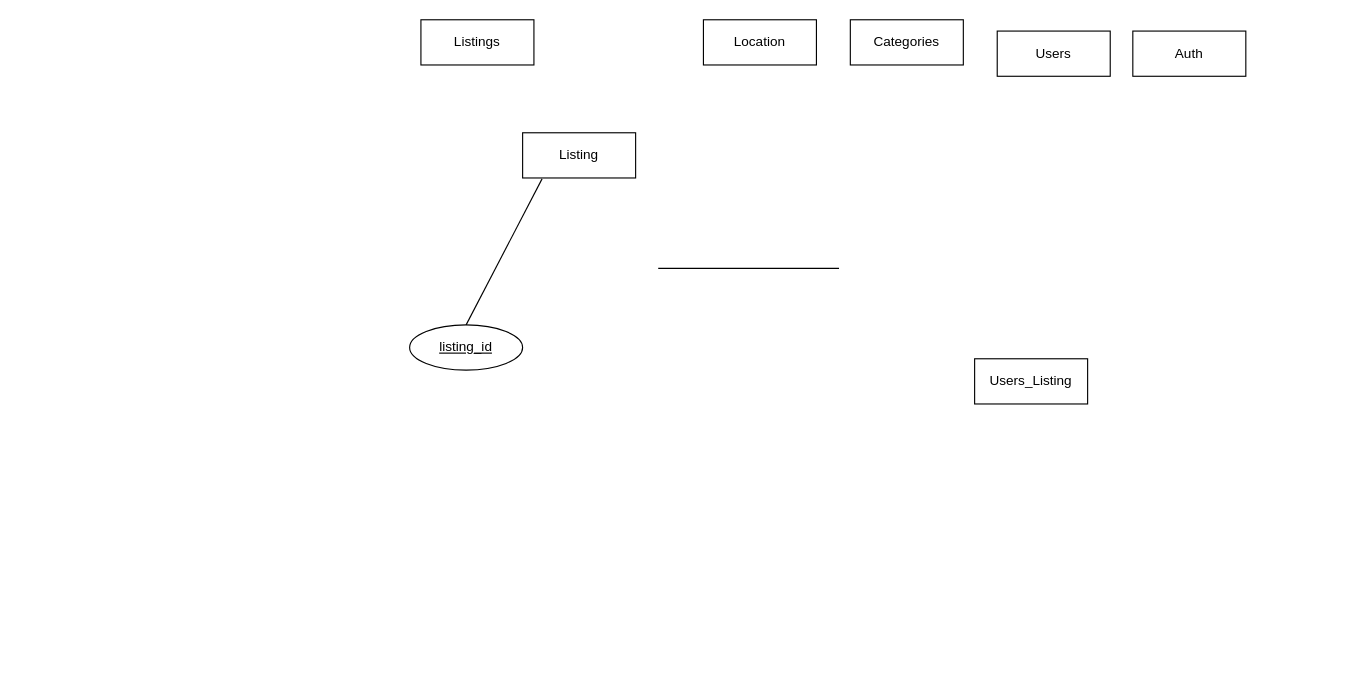
Earlier version of the draw.io diagram Untitled Diagram.drawio (mattfrancis888/bcnfdatabase). Source tidied: cells renumbered, new cells numbered last; positions are measured from the earlier drawing's top-left corner, leaving out a move shared by most shapes. Both pictures are drawn from the tidied source at 113%, with x=0, y=0 at pixel (409, 19).
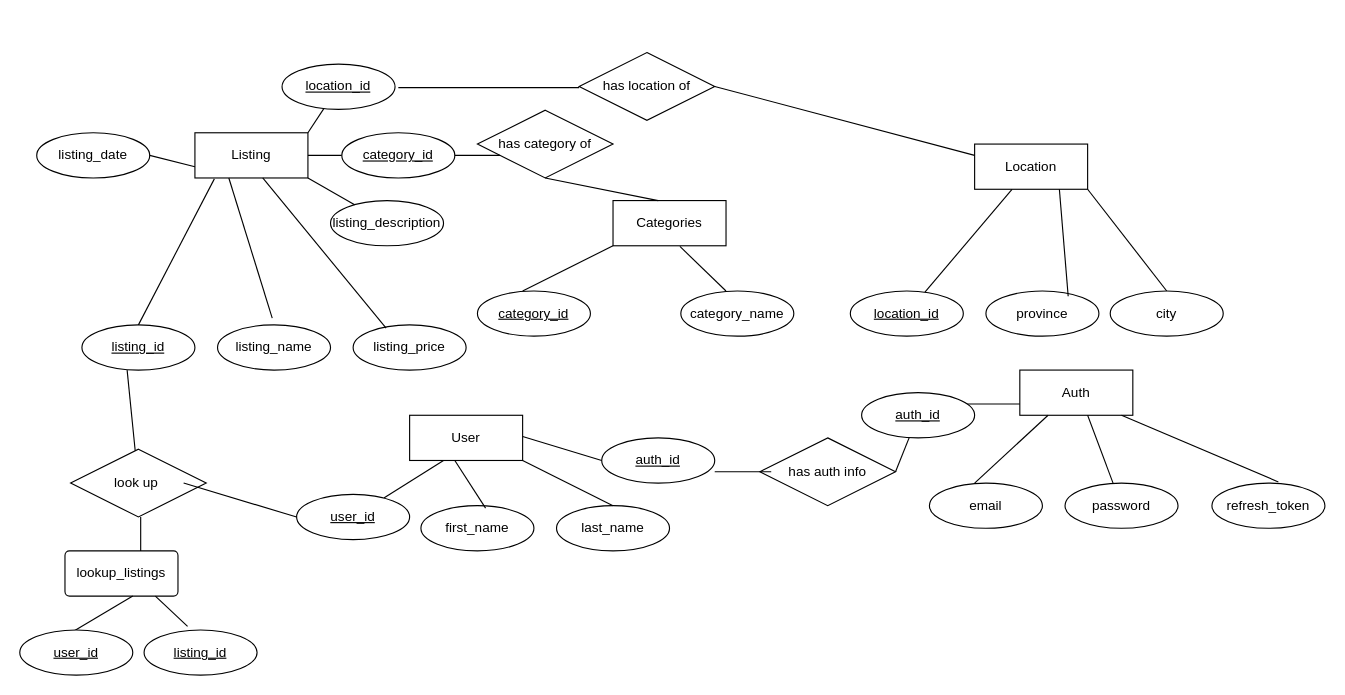
The same page after the edit.

Change to the diagram source:
```diff
@@
-    <mxCell id="2" value="Listings" style="whiteSpace=wrap;html=1;align=center;" parent="1" vertex="1">
-      <mxGeometry x="10" width="100" height="40" as="geometry" />
-    </mxCell>
     <mxCell id="3" value="listing_id" style="ellipse;whiteSpace=wrap;html=1;align=center;fontStyle=4;" parent="1" vertex="1">
-      <mxGeometry y="270" width="100" height="40" as="geometry" />
+      <mxGeometry x="-290" y="270" width="100" height="40" as="geometry" />
     </mxCell>
-    <mxCell id="4" value="Users" style="whiteSpace=wrap;html=1;align=center;" parent="1" vertex="1">
-      <mxGeometry x="520" y="10" width="100" height="40" as="geometry" />
+    <mxCell id="4" value="User" style="whiteSpace=wrap;html=1;align=center;" parent="1" vertex="1">
+      <mxGeometry y="350" width="100" height="40" as="geometry" />
     </mxCell>
     <mxCell id="5" value="Auth&lt;br&gt;" style="whiteSpace=wrap;html=1;align=center;" parent="1" vertex="1">
-      <mxGeometry x="640" y="10" width="100" height="40" as="geometry" />
+      <mxGeometry x="540" y="310" width="100" height="40" as="geometry" />
     </mxCell>
     <mxCell id="6" value="Categories" style="whiteSpace=wrap;html=1;align=center;" parent="1" vertex="1">
-      <mxGeometry x="390" width="100" height="40" as="geometry" />
+      <mxGeometry x="180" y="160" width="100" height="40" as="geometry" />
     </mxCell>
     <mxCell id="7" value="Location" style="whiteSpace=wrap;html=1;align=center;" parent="1" vertex="1">
-      <mxGeometry x="260" width="100" height="40" as="geometry" />
+      <mxGeometry x="500" y="110" width="100" height="40" as="geometry" />
     </mxCell>
     <mxCell id="8" value="Listing" style="whiteSpace=wrap;html=1;align=center;" parent="1" vertex="1">
-      <mxGeometry x="100" y="100" width="100" height="40" as="geometry" />
+      <mxGeometry x="-190" y="100" width="100" height="40" as="geometry" />
     </mxCell>
-    <mxCell id="9" value="Users_Listing" style="whiteSpace=wrap;html=1;align=center;" parent="1" vertex="1">
-      <mxGeometry x="500" y="300" width="100" height="40" as="geometry" />
-    </mxCell>
-    <mxCell id="10" style="endArrow=none;html=1;rounded=0;" parent="1" edge="1">
-      <mxGeometry relative="1" as="geometry">
-        <mxPoint x="220" y="220" as="sourcePoint" />
-        <mxPoint x="380" y="220" as="targetPoint" />
-      </mxGeometry>
-    </mxCell>
     <mxCell id="11" style="endArrow=none;html=1;rounded=0;entryX=0.172;entryY=1.02;entryDx=0;entryDy=0;entryPerimeter=0;" parent="1" edge="1" target="8">
       <mxGeometry relative="1" as="geometry">
-        <mxPoint x="50" y="270" as="sourcePoint" />
+        <mxPoint x="-240" y="270" as="sourcePoint" />
       </mxGeometry>
     </mxCell>
+    <mxCell id="12" value="listing_name" style="ellipse;whiteSpace=wrap;html=1;align=center;" parent="1" vertex="1">
+      <mxGeometry x="-170" y="270" width="100" height="40" as="geometry" />
+    </mxCell>
+    <mxCell id="13" value="listing_price" style="ellipse;whiteSpace=wrap;html=1;align=center;" parent="1" vertex="1">
+      <mxGeometry x="-50" y="270" width="100" height="40" as="geometry" />
+    </mxCell>
+    <mxCell id="14" value="listing_description" style="ellipse;whiteSpace=wrap;html=1;align=center;" parent="1" vertex="1">
+      <mxGeometry x="-70" y="160" width="100" height="40" as="geometry" />
+    </mxCell>
+    <mxCell id="15" style="endArrow=none;html=1;rounded=0;entryX=0.484;entryY=-0.15;entryDx=0;entryDy=0;entryPerimeter=0;" parent="1" edge="1" target="12">
+      <mxGeometry relative="1" as="geometry">
+        <mxPoint x="-160" y="140" as="sourcePoint" />
+      </mxGeometry>
+    </mxCell>
+    <mxCell id="16" style="endArrow=none;html=1;rounded=0;entryX=0.292;entryY=0.07;entryDx=0;entryDy=0;entryPerimeter=0;" parent="1" edge="1" target="13">
+      <mxGeometry relative="1" as="geometry">
+        <mxPoint x="-130" y="140" as="sourcePoint" />
+      </mxGeometry>
+    </mxCell>
+    <mxCell id="17" style="endArrow=none;html=1;rounded=0;exitX=1;exitY=1;exitDx=0;exitDy=0;" parent="1" edge="1" source="8" target="14">
+      <mxGeometry relative="1" as="geometry" />
+    </mxCell>
+    <mxCell id="18" style="endArrow=none;html=1;rounded=0;" parent="1" edge="1" source="7" target="19">
+      <mxGeometry relative="1" as="geometry" />
+    </mxCell>
+    <mxCell id="19" value="location_id" style="ellipse;whiteSpace=wrap;html=1;align=center;fontStyle=4;" parent="1" vertex="1">
+      <mxGeometry x="390" y="240" width="100" height="40" as="geometry" />
+    </mxCell>
+    <mxCell id="20" style="endArrow=none;html=1;rounded=0;entryX=0;entryY=1;entryDx=0;entryDy=0;" parent="1" edge="1" target="6">
+      <mxGeometry relative="1" as="geometry">
+        <mxPoint x="100" y="240" as="sourcePoint" />
+      </mxGeometry>
+    </mxCell>
+    <mxCell id="21" value="category_name" style="ellipse;whiteSpace=wrap;html=1;align=center;" parent="1" vertex="1">
+      <mxGeometry x="240" y="240" width="100" height="40" as="geometry" />
+    </mxCell>
+    <mxCell id="22" style="endArrow=none;html=1;rounded=0;entryX=0.592;entryY=1.015;entryDx=0;entryDy=0;entryPerimeter=0;" parent="1" edge="1" target="6">
+      <mxGeometry relative="1" as="geometry">
+        <mxPoint x="280" y="240" as="sourcePoint" />
+      </mxGeometry>
+    </mxCell>
+    <mxCell id="23" style="endArrow=none;html=1;rounded=0;" parent="1" edge="1" target="48">
+      <mxGeometry relative="1" as="geometry">
+        <mxPoint x="-90" y="120" as="sourcePoint" />
+      </mxGeometry>
+    </mxCell>
+    <mxCell id="24" value="province" style="ellipse;whiteSpace=wrap;html=1;align=center;" parent="1" vertex="1">
+      <mxGeometry x="510" y="240" width="100" height="40" as="geometry" />
+    </mxCell>
+    <mxCell id="25" value="city" style="ellipse;whiteSpace=wrap;html=1;align=center;" parent="1" vertex="1">
+      <mxGeometry x="620" y="240" width="100" height="40" as="geometry" />
+    </mxCell>
+    <mxCell id="26" style="endArrow=none;html=1;rounded=0;entryX=0.5;entryY=0;entryDx=0;entryDy=0;" parent="1" edge="1" target="25">
+      <mxGeometry relative="1" as="geometry">
+        <mxPoint x="600" y="150" as="sourcePoint" />
+      </mxGeometry>
+    </mxCell>
+    <mxCell id="27" style="endArrow=none;html=1;rounded=0;entryX=0.728;entryY=0.115;entryDx=0;entryDy=0;entryPerimeter=0;exitX=0.75;exitY=1;exitDx=0;exitDy=0;" parent="1" edge="1" source="7" target="24">
+      <mxGeometry relative="1" as="geometry" />
+    </mxCell>
+    <mxCell id="28" style="endArrow=none;html=1;rounded=0;exitX=1;exitY=0;exitDx=0;exitDy=0;" parent="1" edge="1" source="8" target="49">
+      <mxGeometry relative="1" as="geometry" />
+    </mxCell>
+    <mxCell id="29" value="email" style="ellipse;whiteSpace=wrap;html=1;align=center;" parent="1" vertex="1">
+      <mxGeometry x="460" y="410" width="100" height="40" as="geometry" />
+    </mxCell>
+    <mxCell id="30" value="password" style="ellipse;whiteSpace=wrap;html=1;align=center;" parent="1" vertex="1">
+      <mxGeometry x="580" y="410" width="100" height="40" as="geometry" />
+    </mxCell>
+    <mxCell id="31" style="endArrow=none;html=1;rounded=0;entryX=0.25;entryY=1;entryDx=0;entryDy=0;" parent="1" edge="1" target="5">
+      <mxGeometry relative="1" as="geometry">
+        <mxPoint x="500" y="410" as="sourcePoint" />
+      </mxGeometry>
+    </mxCell>
+    <mxCell id="32" value="refresh_token" style="ellipse;whiteSpace=wrap;html=1;align=center;" parent="1" vertex="1">
+      <mxGeometry x="710" y="410" width="100" height="40" as="geometry" />
+    </mxCell>
+    <mxCell id="33" style="endArrow=none;html=1;rounded=0;" parent="1" edge="1" target="30">
+      <mxGeometry relative="1" as="geometry">
+        <mxPoint x="600" y="350" as="sourcePoint" />
+      </mxGeometry>
+    </mxCell>
+    <mxCell id="34" style="endArrow=none;html=1;rounded=0;entryX=0.588;entryY=-0.025;entryDx=0;entryDy=0;entryPerimeter=0;" parent="1" edge="1" target="32">
+      <mxGeometry relative="1" as="geometry">
+        <mxPoint x="630" y="350" as="sourcePoint" />
+      </mxGeometry>
+    </mxCell>
+    <mxCell id="35" style="endArrow=none;html=1;rounded=0;" parent="1" edge="1">
+      <mxGeometry relative="1" as="geometry">
+        <mxPoint x="480" y="340" as="sourcePoint" />
+        <mxPoint x="540" y="340" as="targetPoint" />
+      </mxGeometry>
+    </mxCell>
+    <mxCell id="36" value="first_name" style="ellipse;whiteSpace=wrap;html=1;align=center;" parent="1" vertex="1">
+      <mxGeometry x="10" y="430" width="100" height="40" as="geometry" />
+    </mxCell>
+    <mxCell id="37" value="last_name" style="ellipse;whiteSpace=wrap;html=1;align=center;" parent="1" vertex="1">
+      <mxGeometry x="130" y="430" width="100" height="40" as="geometry" />
+    </mxCell>
+    <mxCell id="38" value="listing_date" style="ellipse;whiteSpace=wrap;html=1;align=center;" parent="1" vertex="1">
+      <mxGeometry x="-330" y="100" width="100" height="40" as="geometry" />
+    </mxCell>
+    <mxCell id="39" style="endArrow=none;html=1;rounded=0;exitX=1;exitY=0.5;exitDx=0;exitDy=0;" parent="1" edge="1" source="38">
+      <mxGeometry relative="1" as="geometry">
+        <mxPoint x="-190" y="130" as="targetPoint" />
+      </mxGeometry>
+    </mxCell>
+    <mxCell id="40" style="endArrow=none;html=1;rounded=0;" parent="1" edge="1">
+      <mxGeometry relative="1" as="geometry">
+        <mxPoint x="-22.8" y="423.2" as="sourcePoint" />
+        <mxPoint x="30" y="390" as="targetPoint" />
+      </mxGeometry>
+    </mxCell>
+    <mxCell id="41" style="endArrow=none;html=1;rounded=0;entryX=0.572;entryY=0.055;entryDx=0;entryDy=0;entryPerimeter=0;" parent="1" edge="1" target="36">
+      <mxGeometry relative="1" as="geometry">
+        <mxPoint x="40" y="390" as="sourcePoint" />
+      </mxGeometry>
+    </mxCell>
+    <mxCell id="42" style="endArrow=none;html=1;rounded=0;entryX=0.5;entryY=0;entryDx=0;entryDy=0;" parent="1" edge="1" target="37">
+      <mxGeometry relative="1" as="geometry">
+        <mxPoint x="100" y="390" as="sourcePoint" />
+      </mxGeometry>
+    </mxCell>
+    <mxCell id="43" value="lookup_listings" style="rounded=1;arcSize=10;whiteSpace=wrap;html=1;align=center;" parent="1" vertex="1">
+      <mxGeometry x="-305" y="470" width="100" height="40" as="geometry" />
+    </mxCell>
+    <mxCell id="44" style="endArrow=none;html=1;rounded=0;entryX=0.39;entryY=0.154;entryDx=0;entryDy=0;entryPerimeter=0;" parent="1" edge="1">
+      <mxGeometry relative="1" as="geometry">
+        <mxPoint x="-245" y="510" as="sourcePoint" />
+        <mxPoint x="-306" y="546.2" as="targetPoint" />
+      </mxGeometry>
+    </mxCell>
+    <mxCell id="45" value="category_id" style="ellipse;whiteSpace=wrap;html=1;align=center;fontStyle=4;" parent="1" vertex="1">
+      <mxGeometry x="60" y="240" width="100" height="40" as="geometry" />
+    </mxCell>
+    <mxCell id="46" value="user_id" style="ellipse;whiteSpace=wrap;html=1;align=center;fontStyle=4;" parent="1" vertex="1">
+      <mxGeometry x="-100" y="420" width="100" height="40" as="geometry" />
+    </mxCell>
+    <mxCell id="47" value="auth_id" style="ellipse;whiteSpace=wrap;html=1;align=center;fontStyle=4;" parent="1" vertex="1">
+      <mxGeometry x="400" y="330" width="100" height="40" as="geometry" />
+    </mxCell>
+    <mxCell id="48" value="category_id" style="ellipse;whiteSpace=wrap;html=1;align=center;fontStyle=4;" parent="1" vertex="1">
+      <mxGeometry x="-60" y="100" width="100" height="40" as="geometry" />
+    </mxCell>
+    <mxCell id="49" value="location_id" style="ellipse;whiteSpace=wrap;html=1;align=center;fontStyle=4;" parent="1" vertex="1">
+      <mxGeometry x="-112.9" y="39.3" width="100" height="40" as="geometry" />
+    </mxCell>
+    <mxCell id="50" value="user_id" style="ellipse;whiteSpace=wrap;html=1;align=center;fontStyle=4;" parent="1" vertex="1">
+      <mxGeometry x="-345" y="540" width="100" height="40" as="geometry" />
+    </mxCell>
+    <mxCell id="51" value="listing_id" style="ellipse;whiteSpace=wrap;html=1;align=center;fontStyle=4;" parent="1" vertex="1">
+      <mxGeometry x="-235" y="540" width="100" height="40" as="geometry" />
+    </mxCell>
+    <mxCell id="52" style="endArrow=none;html=1;rounded=0;entryX=0.385;entryY=-0.081;entryDx=0;entryDy=0;entryPerimeter=0;" parent="1" edge="1" target="51">
+      <mxGeometry relative="1" as="geometry">
+        <mxPoint x="-225" y="510" as="sourcePoint" />
+      </mxGeometry>
+    </mxCell>
+    <mxCell id="53" value="auth_id" style="ellipse;whiteSpace=wrap;html=1;align=center;fontStyle=4;" parent="1" vertex="1">
+      <mxGeometry x="170" y="370" width="100" height="40" as="geometry" />
+    </mxCell>
+    <mxCell id="54" style="endArrow=none;html=1;rounded=0;entryX=0;entryY=0.5;entryDx=0;entryDy=0;" parent="1" edge="1" target="53">
+      <mxGeometry relative="1" as="geometry">
+        <mxPoint x="100" y="368.8" as="sourcePoint" />
+      </mxGeometry>
+    </mxCell>
+    <mxCell id="55" value="has category of" style="shape=rhombus;perimeter=rhombusPerimeter;whiteSpace=wrap;html=1;align=center;" parent="1" vertex="1">
+      <mxGeometry x="60" y="80" width="120" height="60" as="geometry" />
+    </mxCell>
+    <mxCell id="56" style="endArrow=none;html=1;rounded=0;entryX=0.4;entryY=0;entryDx=0;entryDy=0;entryPerimeter=0;exitX=0.5;exitY=1;exitDx=0;exitDy=0;" parent="1" edge="1" source="55" target="6">
+      <mxGeometry relative="1" as="geometry" />
+    </mxCell>
+    <mxCell id="57" style="line;strokeWidth=1;dashed=0;labelPosition=right;align=left;verticalAlign=middle;spacingTop=0;spacingLeft=6;" parent="1" vertex="1">
+      <mxGeometry x="40" y="115" width="40" height="10" as="geometry" />
+    </mxCell>
+    <mxCell id="58" style="endArrow=none;html=1;rounded=0;" parent="1" edge="1">
+      <mxGeometry relative="1" as="geometry">
+        <mxPoint x="-10" y="60" as="sourcePoint" />
+        <mxPoint x="150" y="60" as="targetPoint" />
+      </mxGeometry>
+    </mxCell>
+    <mxCell id="59" value="has location of" style="shape=rhombus;perimeter=rhombusPerimeter;whiteSpace=wrap;html=1;align=center;" parent="1" vertex="1">
+      <mxGeometry x="150" y="29" width="120" height="60" as="geometry" />
+    </mxCell>
+    <mxCell id="60" style="endArrow=none;html=1;rounded=0;exitX=1;exitY=0.5;exitDx=0;exitDy=0;entryX=0;entryY=0.25;entryDx=0;entryDy=0;" parent="1" edge="1" source="59" target="7">
+      <mxGeometry relative="1" as="geometry" />
+    </mxCell>
+    <mxCell id="61" value="look up&amp;nbsp;" style="shape=rhombus;perimeter=rhombusPerimeter;whiteSpace=wrap;html=1;align=center;" parent="1" vertex="1">
+      <mxGeometry x="-300" y="380" width="120" height="60" as="geometry" />
+    </mxCell>
+    <mxCell id="62" style="endArrow=none;html=1;rounded=0;" parent="1" edge="1" target="61">
+      <mxGeometry relative="1" as="geometry">
+        <mxPoint x="-250" y="310" as="sourcePoint" />
+      </mxGeometry>
+    </mxCell>
+    <mxCell id="63" style="endArrow=none;html=1;rounded=0;" parent="1" edge="1">
+      <mxGeometry relative="1" as="geometry">
+        <mxPoint x="-238" y="440" as="sourcePoint" />
+        <mxPoint x="-238" y="470" as="targetPoint" />
+      </mxGeometry>
+    </mxCell>
+    <mxCell id="64" style="endArrow=none;html=1;rounded=0;entryX=0;entryY=0.5;entryDx=0;entryDy=0;" parent="1" edge="1" target="46">
+      <mxGeometry relative="1" as="geometry">
+        <mxPoint x="-200" y="410" as="sourcePoint" />
+      </mxGeometry>
+    </mxCell>
+    <mxCell id="65" value="has auth info" style="shape=rhombus;perimeter=rhombusPerimeter;whiteSpace=wrap;html=1;align=center;" parent="1" vertex="1">
+      <mxGeometry x="310" y="370" width="120" height="60" as="geometry" />
+    </mxCell>
+    <mxCell id="66" style="endArrow=none;html=1;rounded=0;" parent="1" edge="1">
+      <mxGeometry relative="1" as="geometry">
+        <mxPoint x="270" y="400" as="sourcePoint" />
+        <mxPoint x="320" y="400" as="targetPoint" />
+      </mxGeometry>
+    </mxCell>
+    <mxCell id="67" style="endArrow=none;html=1;rounded=0;" parent="1" edge="1" target="47">
+      <mxGeometry relative="1" as="geometry">
+        <mxPoint x="430" y="400" as="sourcePoint" />
+      </mxGeometry>
+    </mxCell>
```
